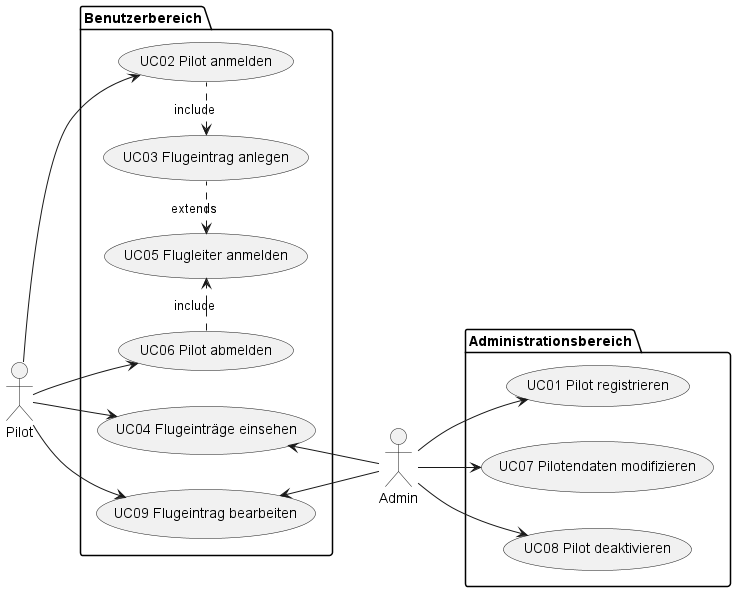
Above: !presentation/images/UC-model.png in jakobkmar/E09-modellflug-logbuch (PlantUML), before the change.
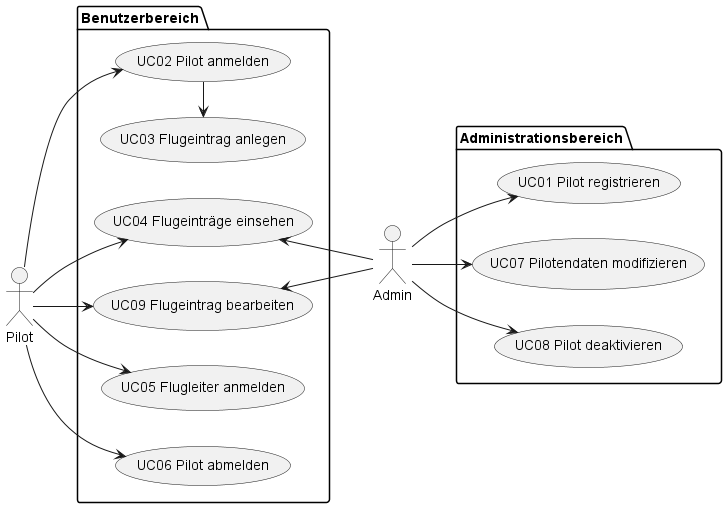
The same file after the commit.

Commit message:
redid uc model

Change to the diagram source:
```diff
@@ -26,7 +26,6 @@
 ac02 -d-> uc06
 ac02 -u-> uc09
 ac02 -u-> uc04
-uc02 .l.> uc03 :include
-uc03 .l.> uc05 :extends
-uc06 .r.> uc05 :include
+uc02 -l-> uc03
+ac02 -d-> uc05
 @enduml
```
